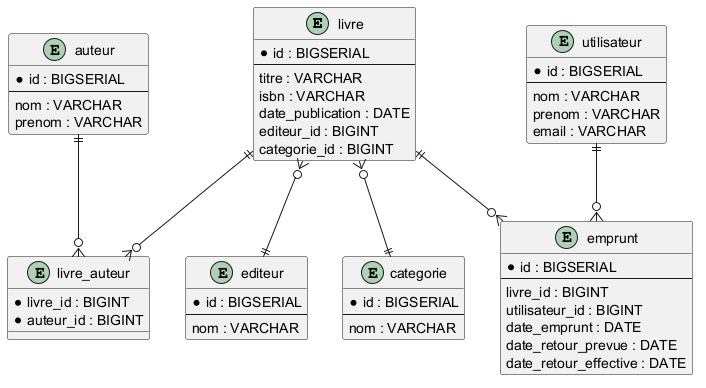
k1znoz/Mediatheque_CDA keeps this PlantUML diagram as DIAGRAMME/MPD.png. Above is the earlier version. Source of this version:
```plantuml
@startuml

entity livre {
    * id : BIGSERIAL
    --
    titre : VARCHAR
    isbn : VARCHAR
    date_publication : DATE
    editeur_id : BIGINT
    categorie_id : BIGINT
}

entity auteur {
    * id : BIGSERIAL
    --
    nom : VARCHAR
    prenom : VARCHAR
}

entity livre_auteur {
    * livre_id : BIGINT
    * auteur_id : BIGINT
}

entity editeur {
    * id : BIGSERIAL
    --
    nom : VARCHAR
}

entity categorie {
    * id : BIGSERIAL
    --
    nom : VARCHAR
}

entity utilisateur {
    * id : BIGSERIAL
    --
    nom : VARCHAR
    prenom : VARCHAR
    email : VARCHAR
}

entity emprunt {
    * id : BIGSERIAL
    --
    livre_id : BIGINT
    utilisateur_id : BIGINT
    date_emprunt : DATE
    date_retour_prevue : DATE
    date_retour_effective : DATE
}

livre }o--|| editeur

livre }o--|| categorie

livre ||--o{ livre_auteur

auteur ||--o{ livre_auteur

utilisateur ||--o{ emprunt

livre ||--o{ emprunt

@enduml
```
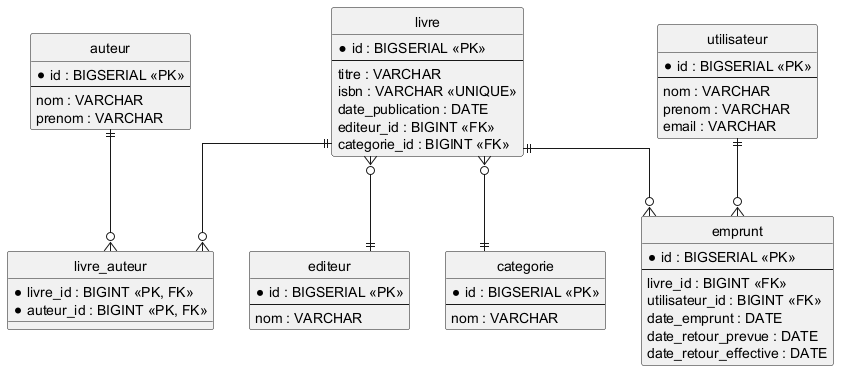
After the change.

Change to the diagram source:
```diff
@@ -1,41 +1,43 @@
 @startuml
+hide circle
+skinparam linetype ortho
 
 entity livre {
-    * id : BIGSERIAL
+    * id : BIGSERIAL <<PK>>
     --
     titre : VARCHAR
-    isbn : VARCHAR
+    isbn : VARCHAR <<UNIQUE>>
     date_publication : DATE
-    editeur_id : BIGINT
-    categorie_id : BIGINT
+    editeur_id : BIGINT <<FK>>
+    categorie_id : BIGINT <<FK>>
 }
 
 entity auteur {
-    * id : BIGSERIAL
+    * id : BIGSERIAL <<PK>>
     --
     nom : VARCHAR
     prenom : VARCHAR
 }
 
 entity livre_auteur {
-    * livre_id : BIGINT
-    * auteur_id : BIGINT
+    * livre_id : BIGINT <<PK, FK>>
+    * auteur_id : BIGINT <<PK, FK>>
 }
 
 entity editeur {
-    * id : BIGSERIAL
+    * id : BIGSERIAL <<PK>>
     --
     nom : VARCHAR
 }
 
 entity categorie {
-    * id : BIGSERIAL
+    * id : BIGSERIAL <<PK>>
     --
     nom : VARCHAR
 }
 
 entity utilisateur {
-    * id : BIGSERIAL
+    * id : BIGSERIAL <<PK>>
     --
     nom : VARCHAR
     prenom : VARCHAR
@@ -43,25 +45,23 @@
 }
 
 entity emprunt {
-    * id : BIGSERIAL
+    * id : BIGSERIAL <<PK>>
     --
-    livre_id : BIGINT
-    utilisateur_id : BIGINT
+    livre_id : BIGINT <<FK>>
+    utilisateur_id : BIGINT <<FK>>
     date_emprunt : DATE
     date_retour_prevue : DATE
     date_retour_effective : DATE
 }
 
+
 livre }o--|| editeur
-
 livre }o--|| categorie
 
 livre ||--o{ livre_auteur
-
 auteur ||--o{ livre_auteur
 
 utilisateur ||--o{ emprunt
-
 livre ||--o{ emprunt
 
 @enduml
```
